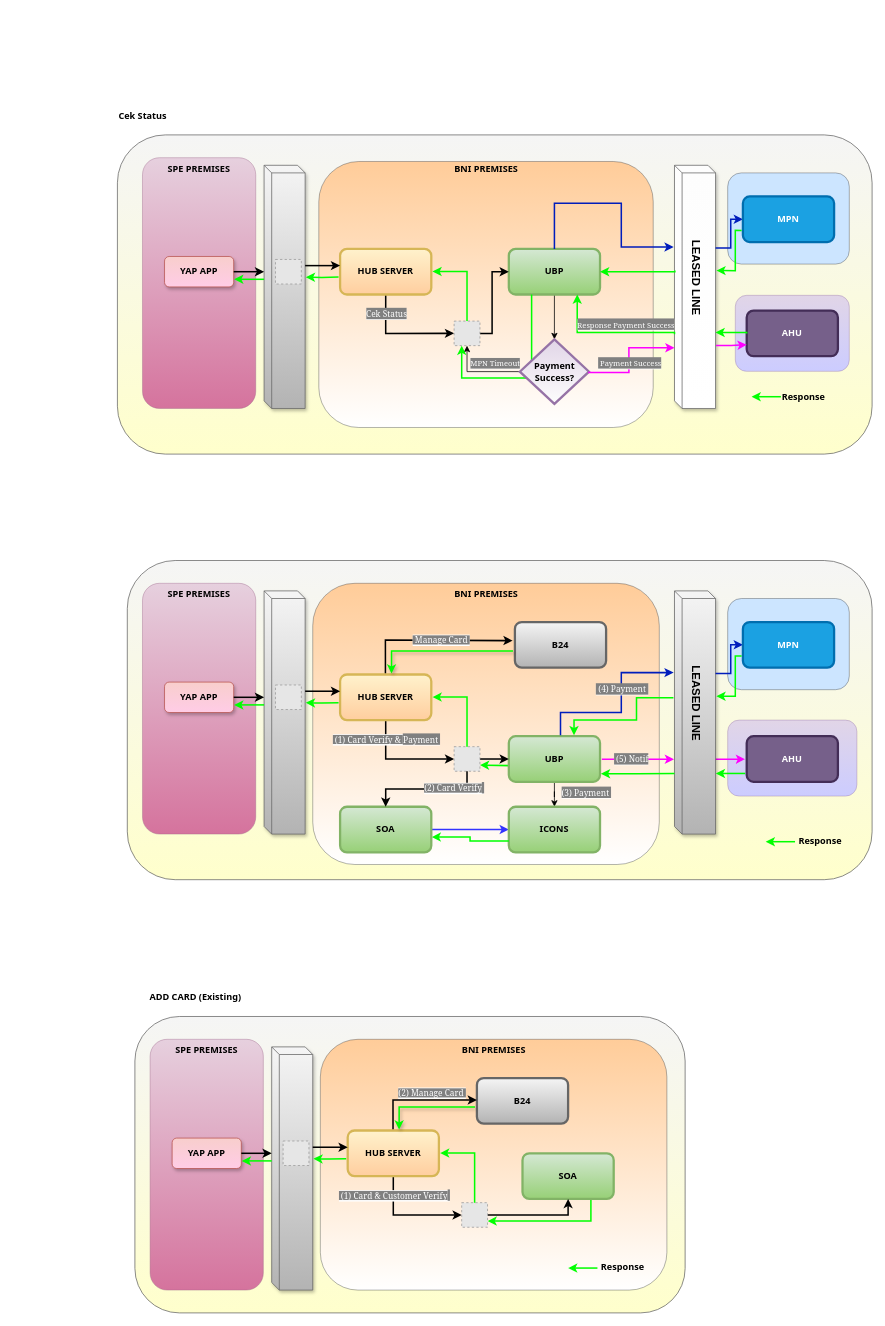
This is page "CR61517 Integration" (4 of 5) of Project File.drawio from Karindash/Notes, a draw.io file, before an edit. Source tidied: cells renumbered, new cells numbered last; positions are measured from the earlier drawing's top-left corner, leaving out a move shared by most shapes. Both pictures are drawn from the tidied source at 76%, with x=0, y=0 at pixel (13, 13). Pictures stored in the file or linked from it are replaced by grey dashed boxes.
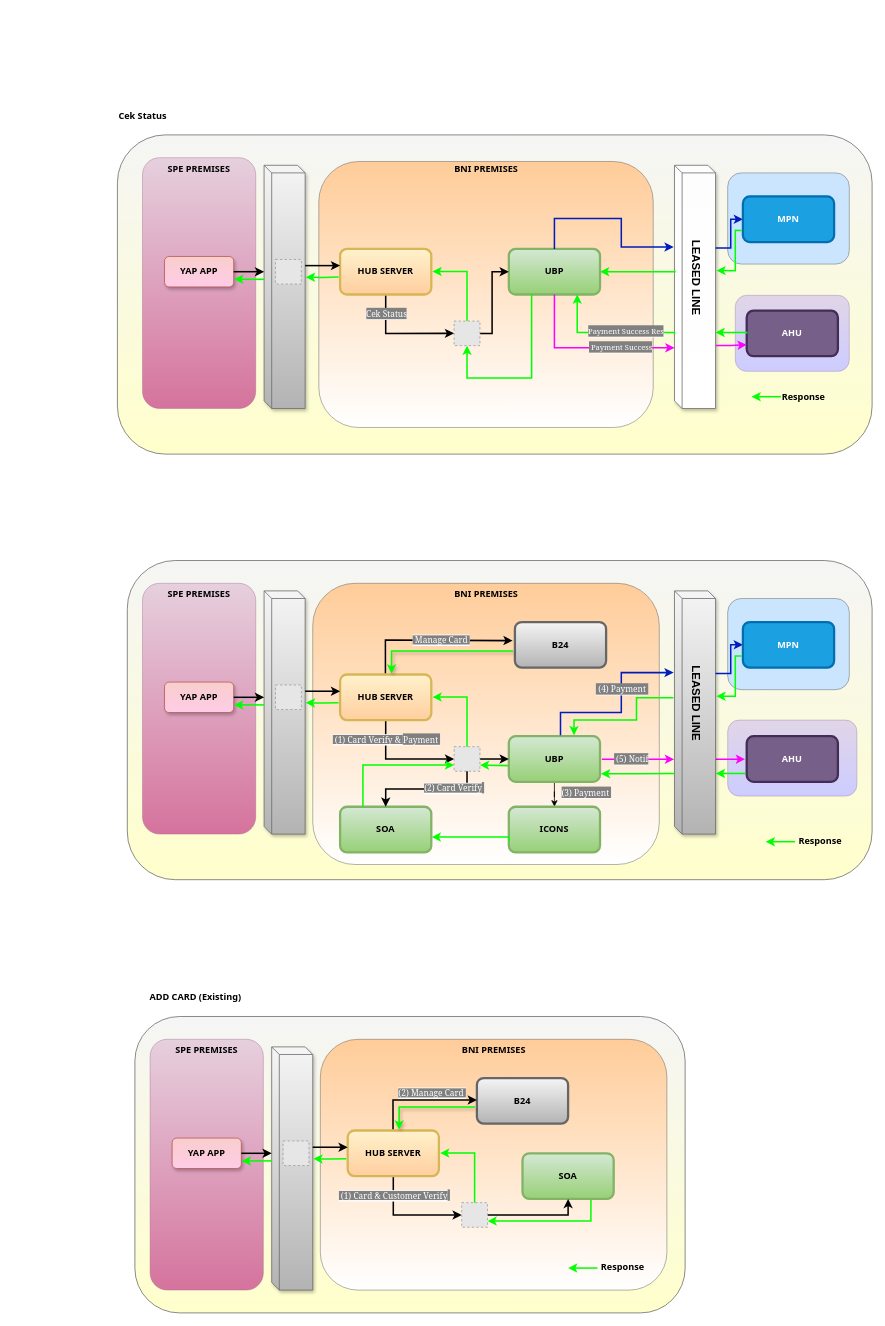
After the change.

Commit message:
update integration diagram

Unchanged cells that the change refers to:
```xml
<mxCell id="17" value="&lt;b&gt;&lt;font face=&quot;Tahoma&quot;&gt;UBP&lt;/font&gt;&lt;/b&gt;" style="rounded=1;whiteSpace=wrap;html=1;fillColor=#d5e8d4;gradientColor=#97d077;strokeColor=#82b366;strokeWidth=3;" parent="1" vertex="1">
  <mxGeometry x="652" y="310" width="120" height="60" as="geometry" />
</mxCell>
<mxCell id="20" style="fillColor=#E6E6E6;strokeColor=#999999;dashed=1;verticalLabelPosition=bottom;labelBackgroundColor=#f5f5f5;verticalAlign=top;" parent="1" vertex="1">
  <mxGeometry x="580" y="405" width="34" height="32.3" as="geometry" />
</mxCell>
<mxCell id="22" style="shape=cube;size=10;whiteSpace=wrap;strokeWidth=1;perimeterSpacing=0;shadow=1;fillColor=default;gradientColor=#FDFDFD;strokeColor=#666666;gradientDirection=north;" parent="1" vertex="1">
  <mxGeometry x="870" y="200" width="54" height="320" as="geometry" />
</mxCell>
<mxCell id="56" style="fillColor=#E6E6E6;strokeColor=#999999;dashed=1;verticalLabelPosition=bottom;labelBackgroundColor=#f5f5f5;verticalAlign=top;" parent="1" vertex="1">
  <mxGeometry x="580" y="965" width="34" height="32.3" as="geometry" />
</mxCell>
<mxCell id="77" value="&lt;b&gt;&lt;font face=&quot;Tahoma&quot;&gt;ICONS&lt;/font&gt;&lt;/b&gt;" style="rounded=1;whiteSpace=wrap;html=1;fillColor=#d5e8d4;gradientColor=#97d077;strokeColor=#82b366;strokeWidth=3;" parent="1" vertex="1">
  <mxGeometry x="652" y="1044" width="120" height="60" as="geometry" />
</mxCell>
<mxCell id="80" value="&lt;b&gt;&lt;font face=&quot;Tahoma&quot;&gt;SOA&lt;/font&gt;&lt;/b&gt;" style="rounded=1;whiteSpace=wrap;html=1;fillColor=#d5e8d4;gradientColor=#97d077;strokeColor=#82b366;strokeWidth=3;" parent="1" vertex="1">
  <mxGeometry x="430" y="1044" width="120" height="60" as="geometry" />
</mxCell>
```

The edit, as a diff of the source:
```diff
@@
-    <mxCell id="16" style="edgeStyle=orthogonalEdgeStyle;rounded=0;jettySize=auto;html=1;exitX=0.5;exitY=1;exitDx=0;exitDy=0;defaultLabelBackgroundColor=page;" parent="1" edge="1" source="17" target="113">
-      <mxGeometry relative="1" as="geometry" />
-    </mxCell>
@@
     <mxCell id="25" style="edgeStyle=orthogonalEdgeStyle;rounded=0;jettySize=auto;html=1;entryX=-0.021;entryY=0.336;entryDx=0;entryDy=0;entryPerimeter=0;fillColor=#0050ef;strokeColor=#001DBC;strokeWidth=2;exitX=0.5;exitY=0;exitDx=0;exitDy=0;" parent="1" edge="1" source="17" target="22">
-      <mxGeometry x="-0.26" relative="1" as="geometry">
+      <mxGeometry x="-0.27" relative="1" as="geometry">
         <Array as="points">
-          <mxPoint x="712" y="250" />
-          <mxPoint x="800" y="250" />
+          <mxPoint x="712" y="270" />
+          <mxPoint x="800" y="270" />
           <mxPoint x="800" y="307.5" />
         </Array>
       </mxGeometry>
     </mxCell>
@@
-    <mxCell id="49" style="edgeStyle=orthogonalEdgeStyle;rounded=0;jettySize=auto;html=1;strokeWidth=2;strokeColor=#3333FF;" parent="1" edge="1" source="80" target="77">
-      <mxGeometry relative="1" as="geometry" />
-    </mxCell>
@@
     <mxCell id="78" style="edgeStyle=orthogonalEdgeStyle;rounded=0;jettySize=auto;html=1;strokeWidth=2;strokeColor=#00FF00;entryX=1.004;entryY=0.665;entryDx=0;entryDy=0;entryPerimeter=0;exitX=0;exitY=0.75;exitDx=0;exitDy=0;" parent="1" edge="1" source="77" target="80">
-      <mxGeometry relative="1" as="geometry" />
+      <mxGeometry relative="1" as="geometry">
+        <Array as="points">
+          <mxPoint x="652" y="1083.9" />
+        </Array>
+      </mxGeometry>
     </mxCell>
@@
-    <mxCell id="111" style="edgeStyle=orthogonalEdgeStyle;rounded=0;jettySize=auto;html=1;exitX=0;exitY=0.5;exitDx=0;exitDy=0;entryX=0.5;entryY=1;entryDx=0;entryDy=0;defaultLabelBackgroundColor=page;" parent="1" edge="1" source="113" target="20">
-      <mxGeometry relative="1" as="geometry" />
-    </mxCell>
-    <mxCell id="112" style="edgeStyle=orthogonalEdgeStyle;rounded=0;jettySize=auto;html=1;entryX=0.75;entryY=1;entryDx=0;entryDy=0;strokeWidth=2;strokeColor=#00FF00;exitX=0.25;exitY=1;exitDx=0;exitDy=0;" parent="1" edge="1" source="17">
+    <mxCell id="112" style="edgeStyle=orthogonalEdgeStyle;rounded=0;jettySize=auto;html=1;entryX=0.5;entryY=1;entryDx=0;entryDy=0;strokeWidth=2;strokeColor=#00FF00;exitX=0.25;exitY=1;exitDx=0;exitDy=0;" parent="1" edge="1" source="17" target="20">
       <mxGeometry x="-0.84" relative="1" as="geometry">
-        <mxPoint x="590" y="437.3" as="targetPoint" />
         <Array as="points">
           <mxPoint x="682" y="480" />
-          <mxPoint x="590" y="480" />
+          <mxPoint x="597" y="480" />
         </Array>
       </mxGeometry>
     </mxCell>
-    <mxCell id="113" value="&lt;b&gt;&lt;font face=&quot;Tahoma&quot;&gt;Payment&lt;/font&gt;&lt;/b&gt;&lt;div&gt;&lt;b&gt;&lt;font face=&quot;Tahoma&quot;&gt;Success?&lt;/font&gt;&lt;/b&gt;&lt;/div&gt;" style="rhombus;whiteSpace=wrap;html=1;shapeInside=1;fillColor=#e1d5e7;strokeColor=#9673a6;strokeWidth=3;gradientColor=#FDFDFD;" parent="1" vertex="1">
-      <mxGeometry x="666.5" y="429" width="91" height="85" as="geometry" />
-    </mxCell>
@@
-    <mxCell id="117" style="edgeStyle=orthogonalEdgeStyle;rounded=0;jettySize=auto;html=1;exitX=1;exitY=0.5;exitDx=0;exitDy=0;strokeWidth=2;strokeColor=#FF00FF;" parent="1" edge="1" source="113" target="22">
-      <mxGeometry x="-0.14" relative="1" as="geometry">
+    <mxCell id="117" style="edgeStyle=orthogonalEdgeStyle;rounded=0;jettySize=auto;html=1;exitX=0.5;exitY=1;exitDx=0;exitDy=0;strokeWidth=2;strokeColor=#FF00FF;" parent="1" edge="1" source="17" target="22">
+      <mxGeometry x="0.39" relative="1" as="geometry">
         <Array as="points">
-          <mxPoint x="757.5" y="472.5" />
-          <mxPoint x="810" y="472.5" />
-          <mxPoint x="810" y="440" />
+          <mxPoint x="712" y="440" />
         </Array>
       </mxGeometry>
     </mxCell>
     <mxCell id="118" value="&lt;span style=&quot;color: rgb(255, 255, 255); font-family: Georgia; background-color: rgb(128, 128, 128);&quot;&gt;&lt;font style=&quot;font-size: 10px;&quot;&gt;&amp;nbsp;Payment Success&lt;/font&gt;&lt;/span&gt;" style="edgeLabel;html=1;align=center;verticalAlign=middle;" parent="117" vertex="1">
-      <mxGeometry x="-0.7" y="-1" relative="1" as="geometry">
-        <mxPoint x="32" y="-13" as="offset" />
+      <mxGeometry x="0.09" y="-1" relative="1" as="geometry">
+        <mxPoint x="32" y="-2" as="offset" />
       </mxGeometry>
     </mxCell>
-    <mxCell id="119" value="&lt;font color=&quot;#ffffff&quot; face=&quot;Georgia&quot;&gt;&lt;span style=&quot;font-size: 10px; background-color: rgb(128, 128, 128);&quot;&gt;MPN Timeout&lt;/span&gt;&lt;/font&gt;" style="edgeLabel;html=1;align=center;verticalAlign=middle;" parent="117" vertex="1">
-      <mxGeometry x="-0.7" y="-1" relative="1" as="geometry">
-        <mxPoint x="-145" y="-13" as="offset" />
-      </mxGeometry>
-    </mxCell>
@@
-    <mxCell id="122" value="&lt;span style=&quot;color: rgb(255, 255, 255); font-family: Georgia; background-color: rgb(128, 128, 128);&quot;&gt;&lt;font style=&quot;font-size: 10px;&quot;&gt;Response Payment Success&lt;/font&gt;&lt;/span&gt;" style="edgeLabel;html=1;align=center;verticalAlign=middle;" parent="1" vertex="1">
-      <mxGeometry x="802" y="412" as="geometry">
+    <mxCell id="122" value="&lt;span style=&quot;color: rgb(255, 255, 255); font-family: Georgia; background-color: rgb(128, 128, 128);&quot;&gt;&lt;font style=&quot;font-size: 10px;&quot;&gt;Payment Success Res&lt;/font&gt;&lt;/span&gt;" style="edgeLabel;html=1;align=center;verticalAlign=middle;" parent="1" vertex="1">
+      <mxGeometry x="802" y="421" as="geometry">
         <mxPoint x="3" y="-3" as="offset" />
       </mxGeometry>
     </mxCell>
@@
+    <mxCell id="125" style="edgeStyle=orthogonalEdgeStyle;rounded=0;jettySize=auto;html=1;strokeWidth=2;strokeColor=#00FF00;entryX=0;entryY=0.75;entryDx=0;entryDy=0;exitX=0.25;exitY=0;exitDx=0;exitDy=0;" parent="1" edge="1" source="80" target="56">
+      <mxGeometry x="0.54" relative="1" as="geometry" />
+    </mxCell>
```
